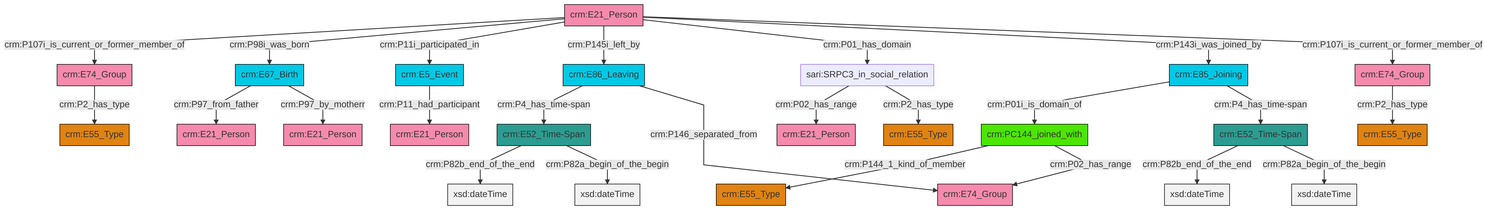
Above: et/personCSV/ttl/mmd/png/Person_Actor_Relations.png in swiss-art-research-net/reference-data-models (Mermaid), before the change. Its source is kept beside it as et/personCSV/ttl/mmd/Person_Actor_Relations.ttl.mmd.
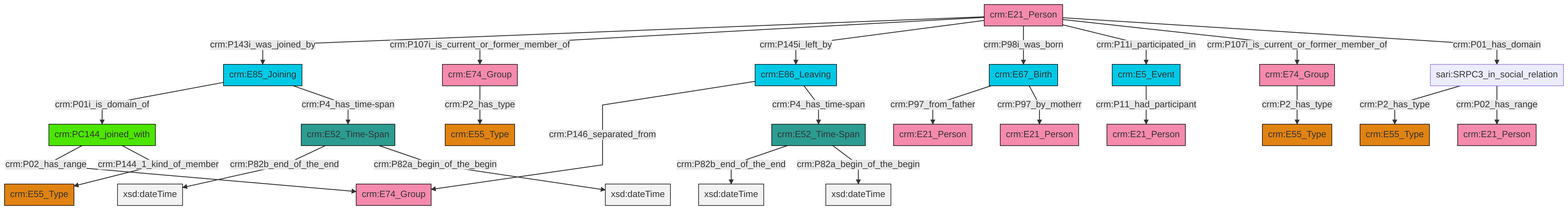
After the commit.

Change to the diagram source:
```diff
@@ -13,27 +13,27 @@
 classDef PC_Classes fill:#4ce600, stroke:#000000;
 classDef Multi fill:#cccccc,stroke:#000000;
 
-4["crm:E21_Person"]:::Actor -->|crm:P107i_is_current_or_former_member_of| 0["crm:E74_Group"]:::Actor
-4["crm:E21_Person"]:::Actor -->|crm:P98i_was_born| 5["crm:E67_Birth"]:::Temporal_Entity
-5["crm:E67_Birth"]:::Temporal_Entity -->|crm:P97_from_father| 6["crm:E21_Person"]:::Actor
-5["crm:E67_Birth"]:::Temporal_Entity -->|crm:P97_by_motherr| 7["crm:E21_Person"]:::Actor
-8["crm:E74_Group"]:::Actor -->|crm:P2_has_type| 9["crm:E55_Type"]:::Type
-10["crm:PC144_joined_with"]:::PC_Classes -->|crm:P144_1_kind_of_member| 2["crm:E55_Type"]:::Type
-4["crm:E21_Person"]:::Actor -->|crm:P11i_participated_in| 11["crm:E5_Event"]:::Temporal_Entity
-14["crm:E86_Leaving"]:::Temporal_Entity -->|crm:P4_has_time-span| 12["crm:E52_Time-Span"]:::Time-Span
-4["crm:E21_Person"]:::Actor -->|crm:P145i_left_by| 14["crm:E86_Leaving"]:::Temporal_Entity
-19["crm:E52_Time-Span"]:::Time-Span -->|crm:P82b_end_of_the_end| 21[xsd:dateTime]:::Literal
-19["crm:E52_Time-Span"]:::Time-Span -->|crm:P82a_begin_of_the_begin| 22[xsd:dateTime]:::Literal
-11["crm:E5_Event"]:::Temporal_Entity -->|crm:P11_had_participant| 23["crm:E21_Person"]:::Actor
-24["crm:E85_Joining"]:::Temporal_Entity -->|crm:P01i_is_domain_of| 10["crm:PC144_joined_with"]:::PC_Classes
-14["crm:E86_Leaving"]:::Temporal_Entity -->|crm:P146_separated_from| 25["crm:E74_Group"]:::Actor
-12["crm:E52_Time-Span"]:::Time-Span -->|crm:P82b_end_of_the_end| 26[xsd:dateTime]:::Literal
-28["sari:SRPC3_in_social_relation"]:::Default -->|crm:P02_has_range| 29["crm:E21_Person"]:::Actor
-10["crm:PC144_joined_with"]:::PC_Classes -->|crm:P02_has_range| 25["crm:E74_Group"]:::Actor
-24["crm:E85_Joining"]:::Temporal_Entity -->|crm:P4_has_time-span| 19["crm:E52_Time-Span"]:::Time-Span
-4["crm:E21_Person"]:::Actor -->|crm:P01_has_domain| 28["sari:SRPC3_in_social_relation"]:::Default
-0["crm:E74_Group"]:::Actor -->|crm:P2_has_type| 16["crm:E55_Type"]:::Type
-28["sari:SRPC3_in_social_relation"]:::Default -->|crm:P2_has_type| 37["crm:E55_Type"]:::Type
-4["crm:E21_Person"]:::Actor -->|crm:P143i_was_joined_by| 24["crm:E85_Joining"]:::Temporal_Entity
-4["crm:E21_Person"]:::Actor -->|crm:P107i_is_current_or_former_member_of| 8["crm:E74_Group"]:::Actor
-12["crm:E52_Time-Span"]:::Time-Span -->|crm:P82a_begin_of_the_begin| 45[xsd:dateTime]:::Literal
+2["crm:E67_Birth"]:::Temporal_Entity -->|crm:P97_from_father| 3["crm:E21_Person"]:::Actor
+4["crm:E21_Person"]:::Actor -->|crm:P143i_was_joined_by| 5["crm:E85_Joining"]:::Temporal_Entity
+8["crm:E52_Time-Span"]:::Time-Span -->|crm:P82b_end_of_the_end| 9[xsd:dateTime]:::Literal
+10["crm:E74_Group"]:::Actor -->|crm:P2_has_type| 20["crm:E55_Type"]:::Type
+5["crm:E85_Joining"]:::Temporal_Entity -->|crm:P01i_is_domain_of| 21["crm:PC144_joined_with"]:::PC_Classes
+4["crm:E21_Person"]:::Actor -->|crm:P107i_is_current_or_former_member_of| 10["crm:E74_Group"]:::Actor
+21["crm:PC144_joined_with"]:::PC_Classes -->|crm:P02_has_range| 24["crm:E74_Group"]:::Actor
+4["crm:E21_Person"]:::Actor -->|crm:P145i_left_by| 25["crm:E86_Leaving"]:::Temporal_Entity
+22["sari:SRPC3_in_social_relation"]:::Default -->|crm:P2_has_type| 18["crm:E55_Type"]:::Type
+22["sari:SRPC3_in_social_relation"]:::Default -->|crm:P02_has_range| 6["crm:E21_Person"]:::Actor
+8["crm:E52_Time-Span"]:::Time-Span -->|crm:P82a_begin_of_the_begin| 28[xsd:dateTime]:::Literal
+5["crm:E85_Joining"]:::Temporal_Entity -->|crm:P4_has_time-span| 8["crm:E52_Time-Span"]:::Time-Span
+2["crm:E67_Birth"]:::Temporal_Entity -->|crm:P97_by_motherr| 29["crm:E21_Person"]:::Actor
+32["crm:E74_Group"]:::Actor -->|crm:P2_has_type| 15["crm:E55_Type"]:::Type
+25["crm:E86_Leaving"]:::Temporal_Entity -->|crm:P146_separated_from| 24["crm:E74_Group"]:::Actor
+26["crm:E5_Event"]:::Temporal_Entity -->|crm:P11_had_participant| 0["crm:E21_Person"]:::Actor
+21["crm:PC144_joined_with"]:::PC_Classes -->|crm:P144_1_kind_of_member| 13["crm:E55_Type"]:::Type
+34["crm:E52_Time-Span"]:::Time-Span -->|crm:P82b_end_of_the_end| 35[xsd:dateTime]:::Literal
+4["crm:E21_Person"]:::Actor -->|crm:P98i_was_born| 2["crm:E67_Birth"]:::Temporal_Entity
+25["crm:E86_Leaving"]:::Temporal_Entity -->|crm:P4_has_time-span| 34["crm:E52_Time-Span"]:::Time-Span
+4["crm:E21_Person"]:::Actor -->|crm:P11i_participated_in| 26["crm:E5_Event"]:::Temporal_Entity
+4["crm:E21_Person"]:::Actor -->|crm:P107i_is_current_or_former_member_of| 32["crm:E74_Group"]:::Actor
+4["crm:E21_Person"]:::Actor -->|crm:P01_has_domain| 22["sari:SRPC3_in_social_relation"]:::Default
+34["crm:E52_Time-Span"]:::Time-Span -->|crm:P82a_begin_of_the_begin| 42[xsd:dateTime]:::Literal
```
